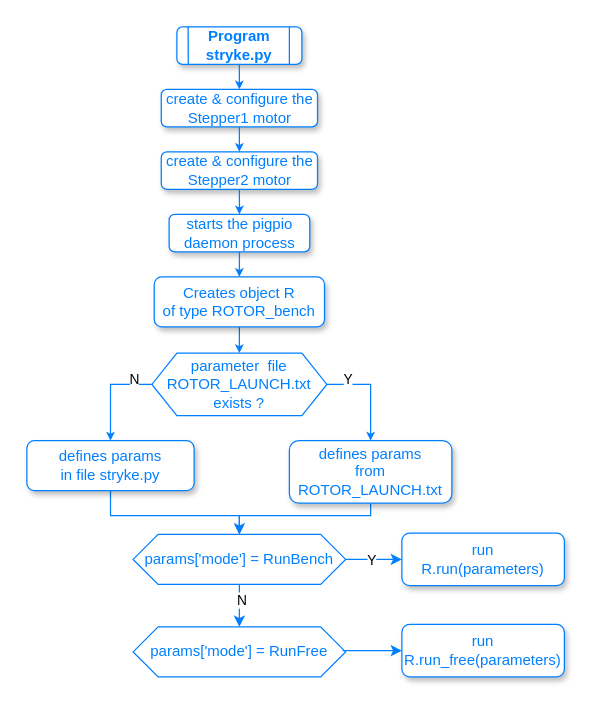
Above: page "Flowchart-1" (5 of 7) of Docs/Diagrams/Rotor magnetic field measurement bench.drawio in cjlux/Banc-Mesure-Rotor (draw.io), before the change. Source tidied: cells renumbered, new cells numbered last; positions are measured from the earlier drawing's top-left corner, leaving out a move shared by most shapes. Both pictures are drawn from the tidied source at 125%, with x=0, y=0 at pixel (26, 26).
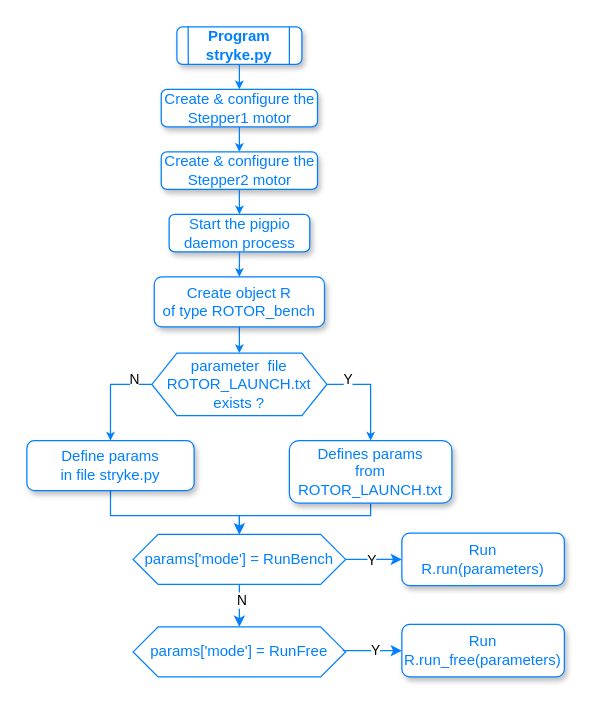
The same diagram, later.

Unchanged cells that the change refers to:
```xml
<mxCell id="31" style="edgeStyle=orthogonalEdgeStyle;rounded=0;jettySize=auto;html=1;entryX=0;entryY=0.5;entryDx=0;entryDy=0;exitX=0.986;exitY=0.475;exitDx=0;exitDy=0;exitPerimeter=0;strokeColor=#007FFF;" parent="1" edge="1" source="24" target="30">
  <mxGeometry relative="1" as="geometry" />
</mxCell>
```

Diff of the diagram source:
```diff
@@
-    <mxCell id="6" value="create &amp;amp; configure the&lt;br&gt; Stepper1 motor" style="rounded=1;whiteSpace=wrap;html=1;glass=0;strokeColor=#007FFF;shadow=1;fontColor=#007FFF;" parent="1" vertex="1">
+    <mxCell id="6" value="Create &amp;amp; configure the&lt;br&gt; Stepper1 motor" style="rounded=1;whiteSpace=wrap;html=1;glass=0;strokeColor=#007FFF;shadow=1;fontColor=#007FFF;" parent="1" vertex="1">
       <mxGeometry x="107.5" y="50" width="125" height="30" as="geometry" />
     </mxCell>
-    <mxCell id="7" value="create &amp;amp; configure the&lt;br&gt; Stepper2 motor" style="rounded=1;whiteSpace=wrap;html=1;glass=0;strokeColor=#007FFF;shadow=1;fontColor=#007FFF;" parent="1" vertex="1">
+    <mxCell id="7" value="Create &amp;amp; configure the&lt;br&gt; Stepper2 motor" style="rounded=1;whiteSpace=wrap;html=1;glass=0;strokeColor=#007FFF;shadow=1;fontColor=#007FFF;" parent="1" vertex="1">
       <mxGeometry x="107.5" y="100" width="125" height="30" as="geometry" />
     </mxCell>
-    <mxCell id="8" value="starts the pigpio&lt;br&gt;daemon process" style="rounded=1;whiteSpace=wrap;html=1;glass=0;strokeColor=#007FFF;shadow=1;fontColor=#007FFF;" parent="1" vertex="1">
+    <mxCell id="8" value="Start the pigpio&lt;br&gt;daemon process" style="rounded=1;whiteSpace=wrap;html=1;glass=0;strokeColor=#007FFF;shadow=1;fontColor=#007FFF;" parent="1" vertex="1">
       <mxGeometry x="113.8" y="150" width="112.5" height="30" as="geometry" />
     </mxCell>
@@
-    <mxCell id="12" value="&lt;div&gt;defines params&lt;/div&gt;&lt;div&gt;from ROTOR_LAUNCH.txt&lt;br&gt;&lt;/div&gt;" style="rounded=1;whiteSpace=wrap;html=1;glass=0;strokeColor=#007FFF;shadow=1;fontColor=#007FFF;" parent="1" vertex="1">
+    <mxCell id="12" value="&lt;div&gt;Defines params&lt;/div&gt;&lt;div&gt;from ROTOR_LAUNCH.txt&lt;br&gt;&lt;/div&gt;" style="rounded=1;whiteSpace=wrap;html=1;glass=0;strokeColor=#007FFF;shadow=1;fontColor=#007FFF;" parent="1" vertex="1">
       <mxGeometry x="210" y="331" width="130" height="50" as="geometry" />
     </mxCell>
@@
-    <mxCell id="19" value="defines params &lt;br&gt;in file stryke.py" style="rounded=1;whiteSpace=wrap;html=1;glass=0;strokeColor=#007FFF;shadow=1;fontColor=#007FFF;" parent="1" vertex="1">
+    <mxCell id="19" value="Define params &lt;br&gt;in file stryke.py" style="rounded=1;whiteSpace=wrap;html=1;glass=0;strokeColor=#007FFF;shadow=1;fontColor=#007FFF;" parent="1" vertex="1">
       <mxGeometry y="331" width="133.8" height="40" as="geometry" />
     </mxCell>
@@
-    <mxCell id="26" value="Creates object R&lt;br&gt;of type ROTOR_bench" style="rounded=1;whiteSpace=wrap;html=1;glass=0;strokeColor=#007FFF;shadow=1;fontColor=#007FFF;" parent="1" vertex="1">
+    <mxCell id="26" value="Create object R&lt;br&gt;of type ROTOR_bench" style="rounded=1;whiteSpace=wrap;html=1;glass=0;strokeColor=#007FFF;shadow=1;fontColor=#007FFF;" parent="1" vertex="1">
       <mxGeometry x="101.9" y="200" width="136.2" height="40" as="geometry" />
     </mxCell>
-    <mxCell id="27" value="run&lt;br&gt;R.run(parameters)" style="rounded=1;whiteSpace=wrap;html=1;glass=0;strokeColor=#007FFF;shadow=1;fontColor=#007FFF;" parent="1" vertex="1">
+    <mxCell id="27" value="Run&lt;br&gt;R.run(parameters)" style="rounded=1;whiteSpace=wrap;html=1;glass=0;strokeColor=#007FFF;shadow=1;fontColor=#007FFF;" parent="1" vertex="1">
       <mxGeometry x="300" y="405" width="130" height="42" as="geometry" />
     </mxCell>
@@
-    <mxCell id="30" value="run R.run_free(parameters)" style="rounded=1;whiteSpace=wrap;html=1;glass=0;strokeColor=#007FFF;shadow=1;fontColor=#007FFF;" parent="1" vertex="1">
+    <mxCell id="30" value="Run R.run_free(parameters)" style="rounded=1;whiteSpace=wrap;html=1;glass=0;strokeColor=#007FFF;shadow=1;fontColor=#007FFF;" parent="1" vertex="1">
       <mxGeometry x="300" y="478" width="130" height="42" as="geometry" />
     </mxCell>
@@
+    <mxCell id="32" value="Y" style="edgeLabel;html=1;align=center;verticalAlign=middle;" parent="31" vertex="1">
+      <mxGeometry x="0.11" y="1" relative="1" as="geometry" />
+    </mxCell>
```
